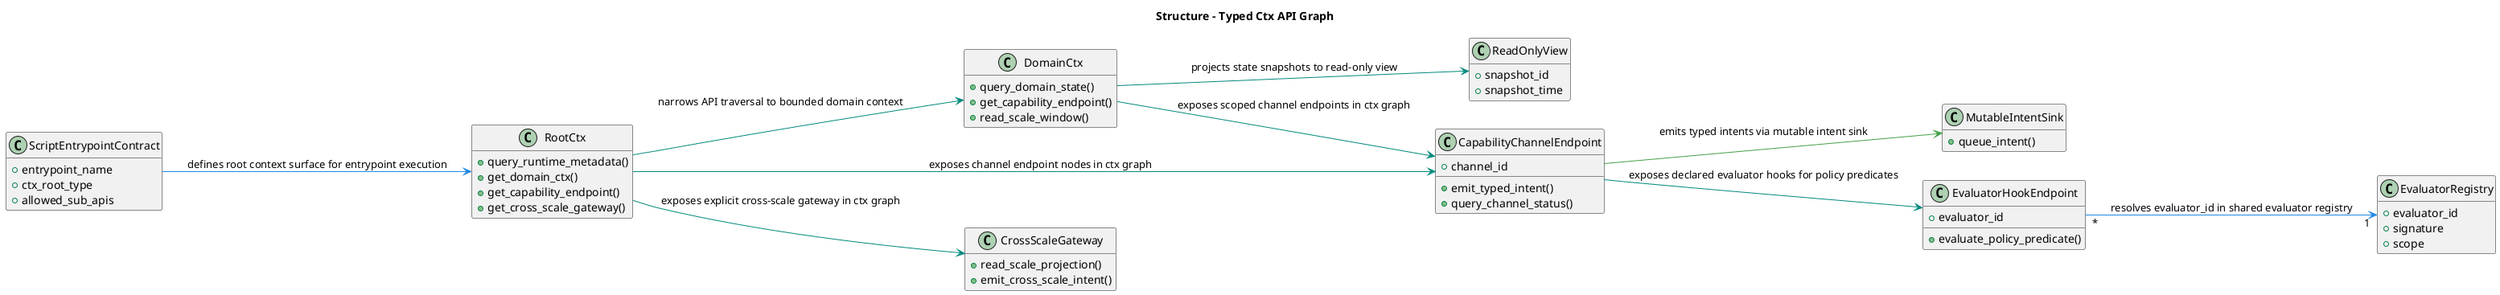
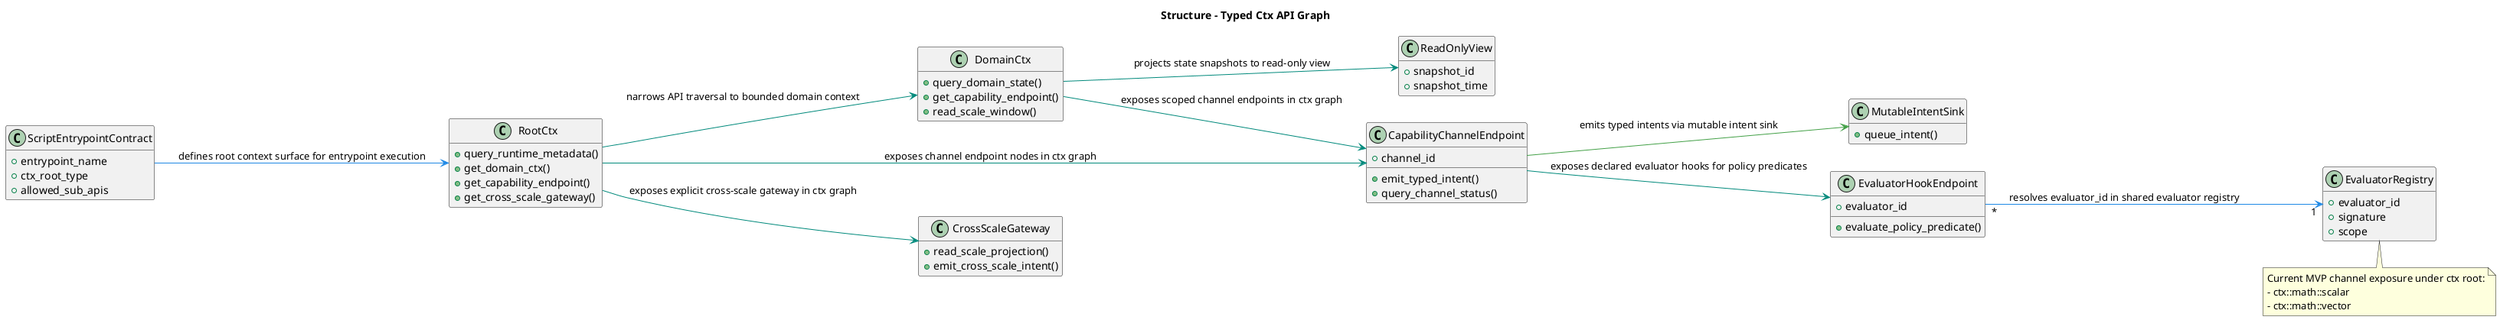
@startuml
title Structure - Typed Ctx API Graph
hide empty members
left to right direction

class ScriptEntrypointContract {
  +entrypoint_name
  +ctx_root_type
  +allowed_sub_apis
}

class RootCtx {
  +query_runtime_metadata()
  +get_domain_ctx()
  +get_capability_endpoint()
  +get_cross_scale_gateway()
}

class DomainCtx {
  +query_domain_state()
  +get_capability_endpoint()
  +read_scale_window()
}

class CapabilityChannelEndpoint {
  +channel_id
  +emit_typed_intent()
  +query_channel_status()
}

class ReadOnlyView {
  +snapshot_id
  +snapshot_time
}

class MutableIntentSink {
  +queue_intent()
}

class CrossScaleGateway {
  +read_scale_projection()
  +emit_cross_scale_intent()
}

class EvaluatorHookEndpoint {
  +evaluator_id
  +evaluate_policy_predicate()
}

class EvaluatorRegistry {
  +evaluator_id
  +signature
  +scope
}

ScriptEntrypointContract -[#1E88E5]-> RootCtx : defines root context surface for entrypoint execution
RootCtx -[#00897B]-> DomainCtx : narrows API traversal to bounded domain context
RootCtx -[#00897B]-> CapabilityChannelEndpoint : exposes channel endpoint nodes in ctx graph
DomainCtx -[#00897B]-> CapabilityChannelEndpoint : exposes scoped channel endpoints in ctx graph
RootCtx -[#00897B]-> CrossScaleGateway : exposes explicit cross-scale gateway in ctx graph
DomainCtx -[#00897B]-> ReadOnlyView : projects state snapshots to read-only view
CapabilityChannelEndpoint -[#43A047]-> MutableIntentSink : emits typed intents via mutable intent sink
CapabilityChannelEndpoint -[#00897B]-> EvaluatorHookEndpoint : exposes declared evaluator hooks for policy predicates
EvaluatorHookEndpoint "*" -[#1E88E5]-> "1" EvaluatorRegistry : resolves evaluator_id in shared evaluator registry
+ 
+ note bottom
+ Current MVP channel exposure under ctx root:
+ - ctx::math::scalar
+ - ctx::math::vector
+ end note
@enduml
